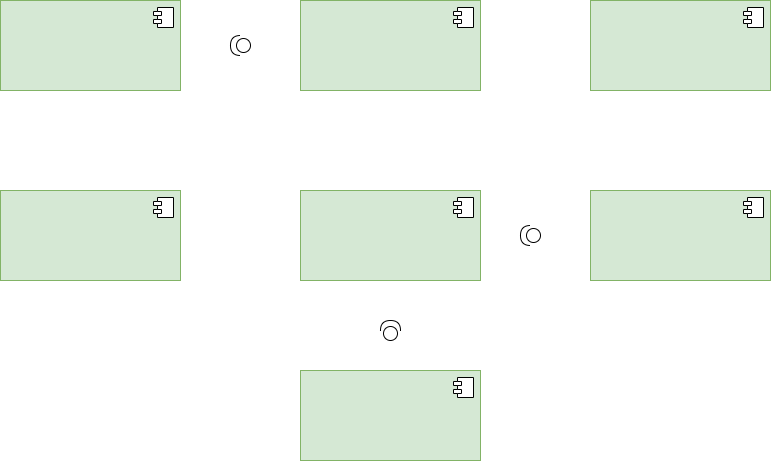
Earlier version of the draw.io export Communicating Architecture/UML Component Diagram/Component Diagram.png (smitbmx/Architecture-Diagrams). Source tidied: cells renumbered, new cells last; positions are measured from the earlier drawing's top-left corner, leaving out a move shared by most shapes.
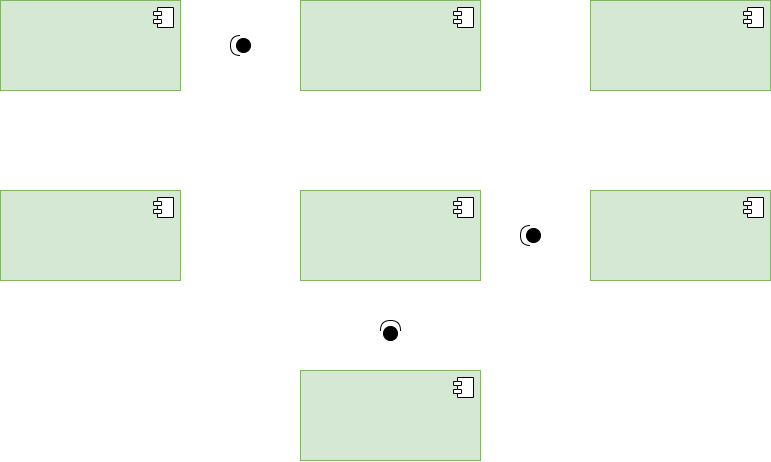
After the change.

The edit, as a diff of the source:
```diff
@@ -58,13 +58,13 @@
         <mxPoint x="-27" y="7" as="offset" />
       </mxGeometry>
     </mxCell>
-    <mxCell id="16" style="shape=providedRequiredInterface;html=1;verticalLabelPosition=bottom;rotation=-90;" parent="1" vertex="1">
+    <mxCell id="16" style="shape=providedRequiredInterface;html=1;verticalLabelPosition=bottom;rotation=-90;fillColor=#000000;" parent="1" vertex="1">
       <mxGeometry x="380" y="320" width="20" height="20" as="geometry" />
     </mxCell>
-    <mxCell id="17" style="shape=providedRequiredInterface;html=1;verticalLabelPosition=bottom;rotation=-180;" parent="1" vertex="1">
+    <mxCell id="17" style="shape=providedRequiredInterface;html=1;verticalLabelPosition=bottom;rotation=-180;fillColor=#000000;" parent="1" vertex="1">
       <mxGeometry x="520" y="225" width="20" height="20" as="geometry" />
     </mxCell>
-    <mxCell id="18" style="shape=providedRequiredInterface;html=1;verticalLabelPosition=bottom;rotation=-180;" parent="1" vertex="1">
+    <mxCell id="18" style="shape=providedRequiredInterface;html=1;verticalLabelPosition=bottom;rotation=-180;fillColor=#000000;" parent="1" vertex="1">
       <mxGeometry x="230" y="35" width="20" height="20" as="geometry" />
     </mxCell>
   </root>
```
